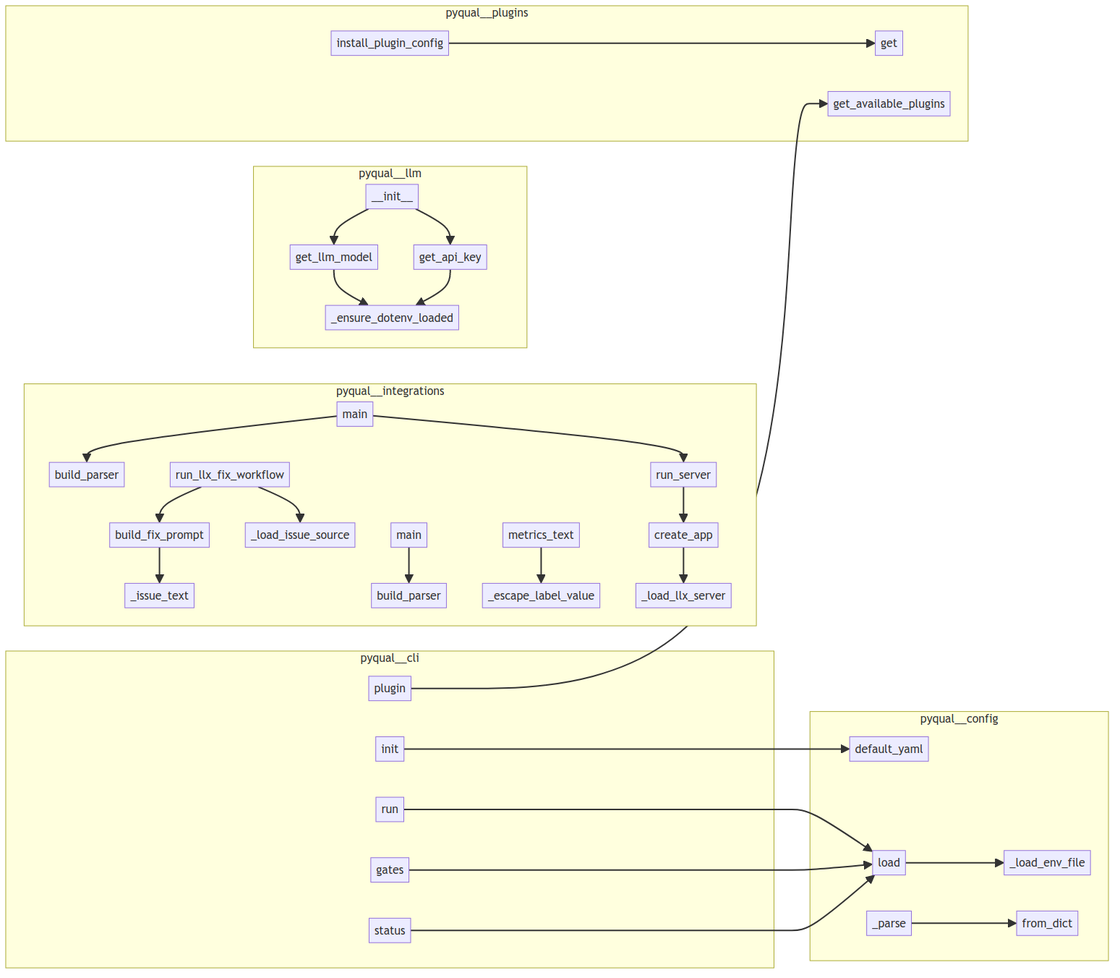
Before: project/calls.png, a diagram exported from Mermaid (semcod/pyqual). Its source is kept beside it as project/calls.mmd.
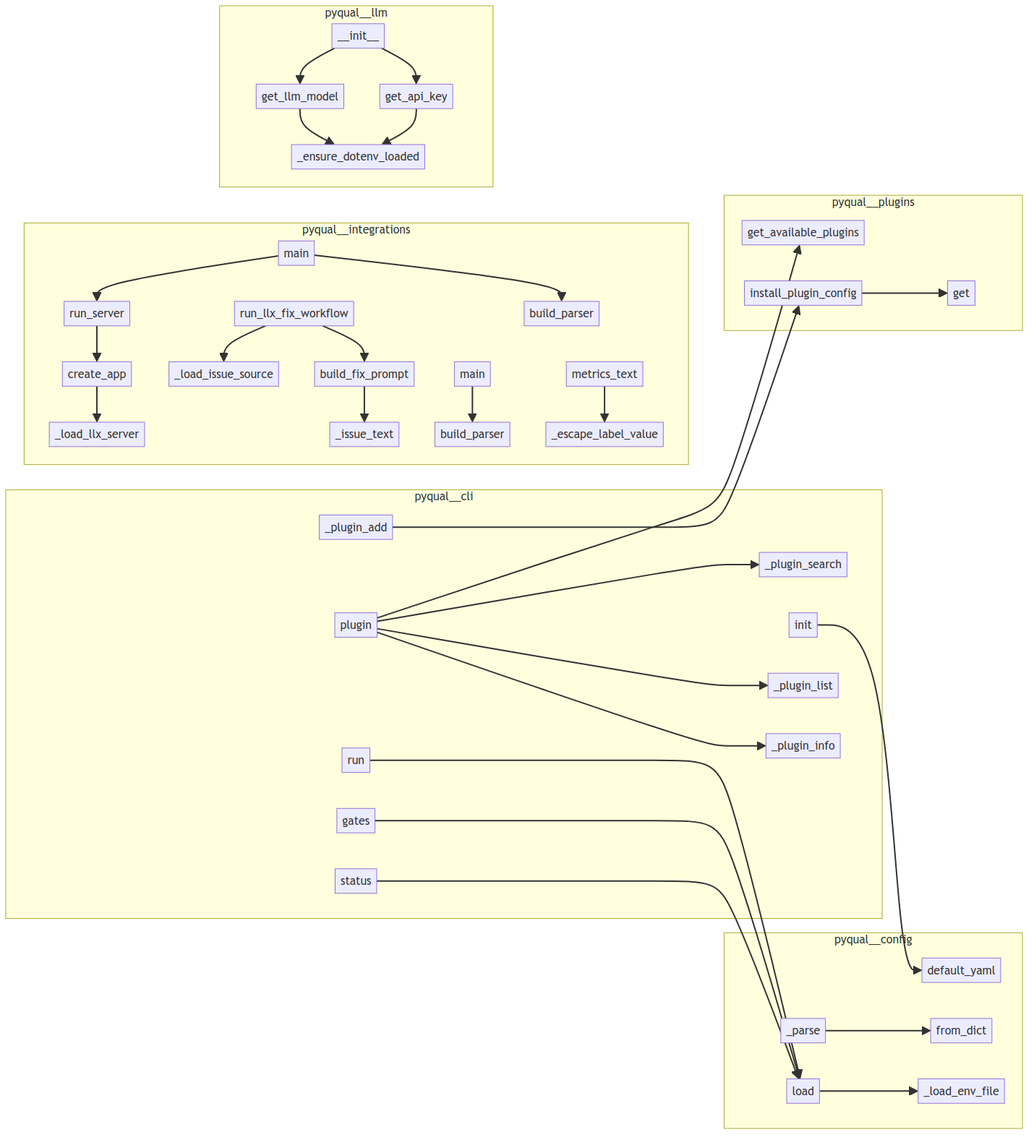
After the change.

What changed in the source:
```diff
@@ -1,55 +1,63 @@
 flowchart LR
     subgraph pyqual__cli
         pyqual__cli__status["status"]
+        pyqual__cli__gates["gates"]
+        pyqual__cli___plugin_search["_plugin_search"]
+        pyqual__cli__init["init"]
+        pyqual__cli___plugin_list["_plugin_list"]
+        pyqual__cli___plugin_info["_plugin_info"]
+        pyqual__cli__run["run"]
+        pyqual__cli___plugin_add["_plugin_add"]
         pyqual__cli__plugin["plugin"]
-        pyqual__cli__init["init"]
-        pyqual__cli__run["run"]
-        pyqual__cli__gates["gates"]
     end
     subgraph pyqual__config
+        pyqual__config__PyqualConfig__default_yaml["default_yaml"]
+        pyqual__config__PyqualConfig__load["load"]
+        pyqual__config__GateConfig__from_dict["from_dict"]
+        pyqual__config__PyqualConfig___parse["_parse"]
         pyqual__config___load_env_file["_load_env_file"]
-        pyqual__config__PyqualConfig__default_yaml["default_yaml"]
-        pyqual__config__PyqualConfig___parse["_parse"]
-        pyqual__config__GateConfig__from_dict["from_dict"]
-        pyqual__config__PyqualConfig__load["load"]
     end
     subgraph pyqual__integrations
+        pyqual__integrations__llx_mcp_service___load_llx_server["_load_llx_server"]
         pyqual__integrations__llx_mcp_service__build_parser["build_parser"]
+        pyqual__integrations__llx_mcp__run_llx_fix_workflow["run_llx_fix_workflow"]
+        pyqual__integrations__llx_mcp__main["main"]
+        pyqual__integrations__llx_mcp_service___escape_label_value["_escape_label_value"]
+        pyqual__integrations__llx_mcp___issue_text["_issue_text"]
+        pyqual__integrations__llx_mcp_service__main["main"]
+        pyqual__integrations__llx_mcp_service__run_server["run_server"]
+        pyqual__integrations__llx_mcp_service__McpServiceState__metrics_text["metrics_text"]
         pyqual__integrations__llx_mcp_service__create_app["create_app"]
-        pyqual__integrations__llx_mcp_service__run_server["run_server"]
-        pyqual__integrations__llx_mcp_service___load_llx_server["_load_llx_server"]
-        pyqual__integrations__llx_mcp__main["main"]
+        pyqual__integrations__llx_mcp__build_fix_prompt["build_fix_prompt"]
+        pyqual__integrations__llx_mcp__build_parser["build_parser"]
         pyqual__integrations__llx_mcp___load_issue_source["_load_issue_source"]
-        pyqual__integrations__llx_mcp_service___escape_label_value["_escape_label_value"]
-        pyqual__integrations__llx_mcp__build_fix_prompt["build_fix_prompt"]
-        pyqual__integrations__llx_mcp_service__McpServiceState__metrics_text["metrics_text"]
-        pyqual__integrations__llx_mcp___issue_text["_issue_text"]
-        pyqual__integrations__llx_mcp__build_parser["build_parser"]
-        pyqual__integrations__llx_mcp__run_llx_fix_workflow["run_llx_fix_workflow"]
-        pyqual__integrations__llx_mcp_service__main["main"]
     end
     subgraph pyqual__llm
+        pyqual__llm__get_llm_model["get_llm_model"]
+        pyqual__llm__get_api_key["get_api_key"]
         pyqual__llm___ensure_dotenv_loaded["_ensure_dotenv_loaded"]
-        pyqual__llm__get_api_key["get_api_key"]
         pyqual__llm__LLM____init__["__init__"]
-        pyqual__llm__get_llm_model["get_llm_model"]
     end
     subgraph pyqual__plugins
         pyqual__plugins__PluginRegistry__get["get"]
+        pyqual__plugins__get_available_plugins["get_available_plugins"]
         pyqual__plugins__install_plugin_config["install_plugin_config"]
-        pyqual__plugins__get_available_plugins["get_available_plugins"]
     end
+    pyqual__config__PyqualConfig__load --> pyqual__config___load_env_file
+    pyqual__config__PyqualConfig___parse --> pyqual__config__GateConfig__from_dict
     pyqual__llm__get_llm_model --> pyqual__llm___ensure_dotenv_loaded
     pyqual__llm__get_api_key --> pyqual__llm___ensure_dotenv_loaded
     pyqual__llm__LLM____init__ --> pyqual__llm__get_llm_model
     pyqual__llm__LLM____init__ --> pyqual__llm__get_api_key
-    pyqual__config__PyqualConfig__load --> pyqual__config___load_env_file
-    pyqual__config__PyqualConfig___parse --> pyqual__config__GateConfig__from_dict
     pyqual__cli__init --> pyqual__config__PyqualConfig__default_yaml
     pyqual__cli__run --> pyqual__config__PyqualConfig__load
     pyqual__cli__gates --> pyqual__config__PyqualConfig__load
     pyqual__cli__status --> pyqual__config__PyqualConfig__load
+    pyqual__cli___plugin_add --> pyqual__plugins__install_plugin_config
     pyqual__cli__plugin --> pyqual__plugins__get_available_plugins
+    pyqual__cli__plugin --> pyqual__cli___plugin_list
+    pyqual__cli__plugin --> pyqual__cli___plugin_search
+    pyqual__cli__plugin --> pyqual__cli___plugin_info
     pyqual__plugins__install_plugin_config --> pyqual__plugins__PluginRegistry__get
     pyqual__integrations__llx_mcp__build_fix_prompt --> pyqual__integrations__llx_mcp___issue_text
     pyqual__integrations__llx_mcp__run_llx_fix_workflow --> pyqual__integrations__llx_mcp___load_issue_source
```
